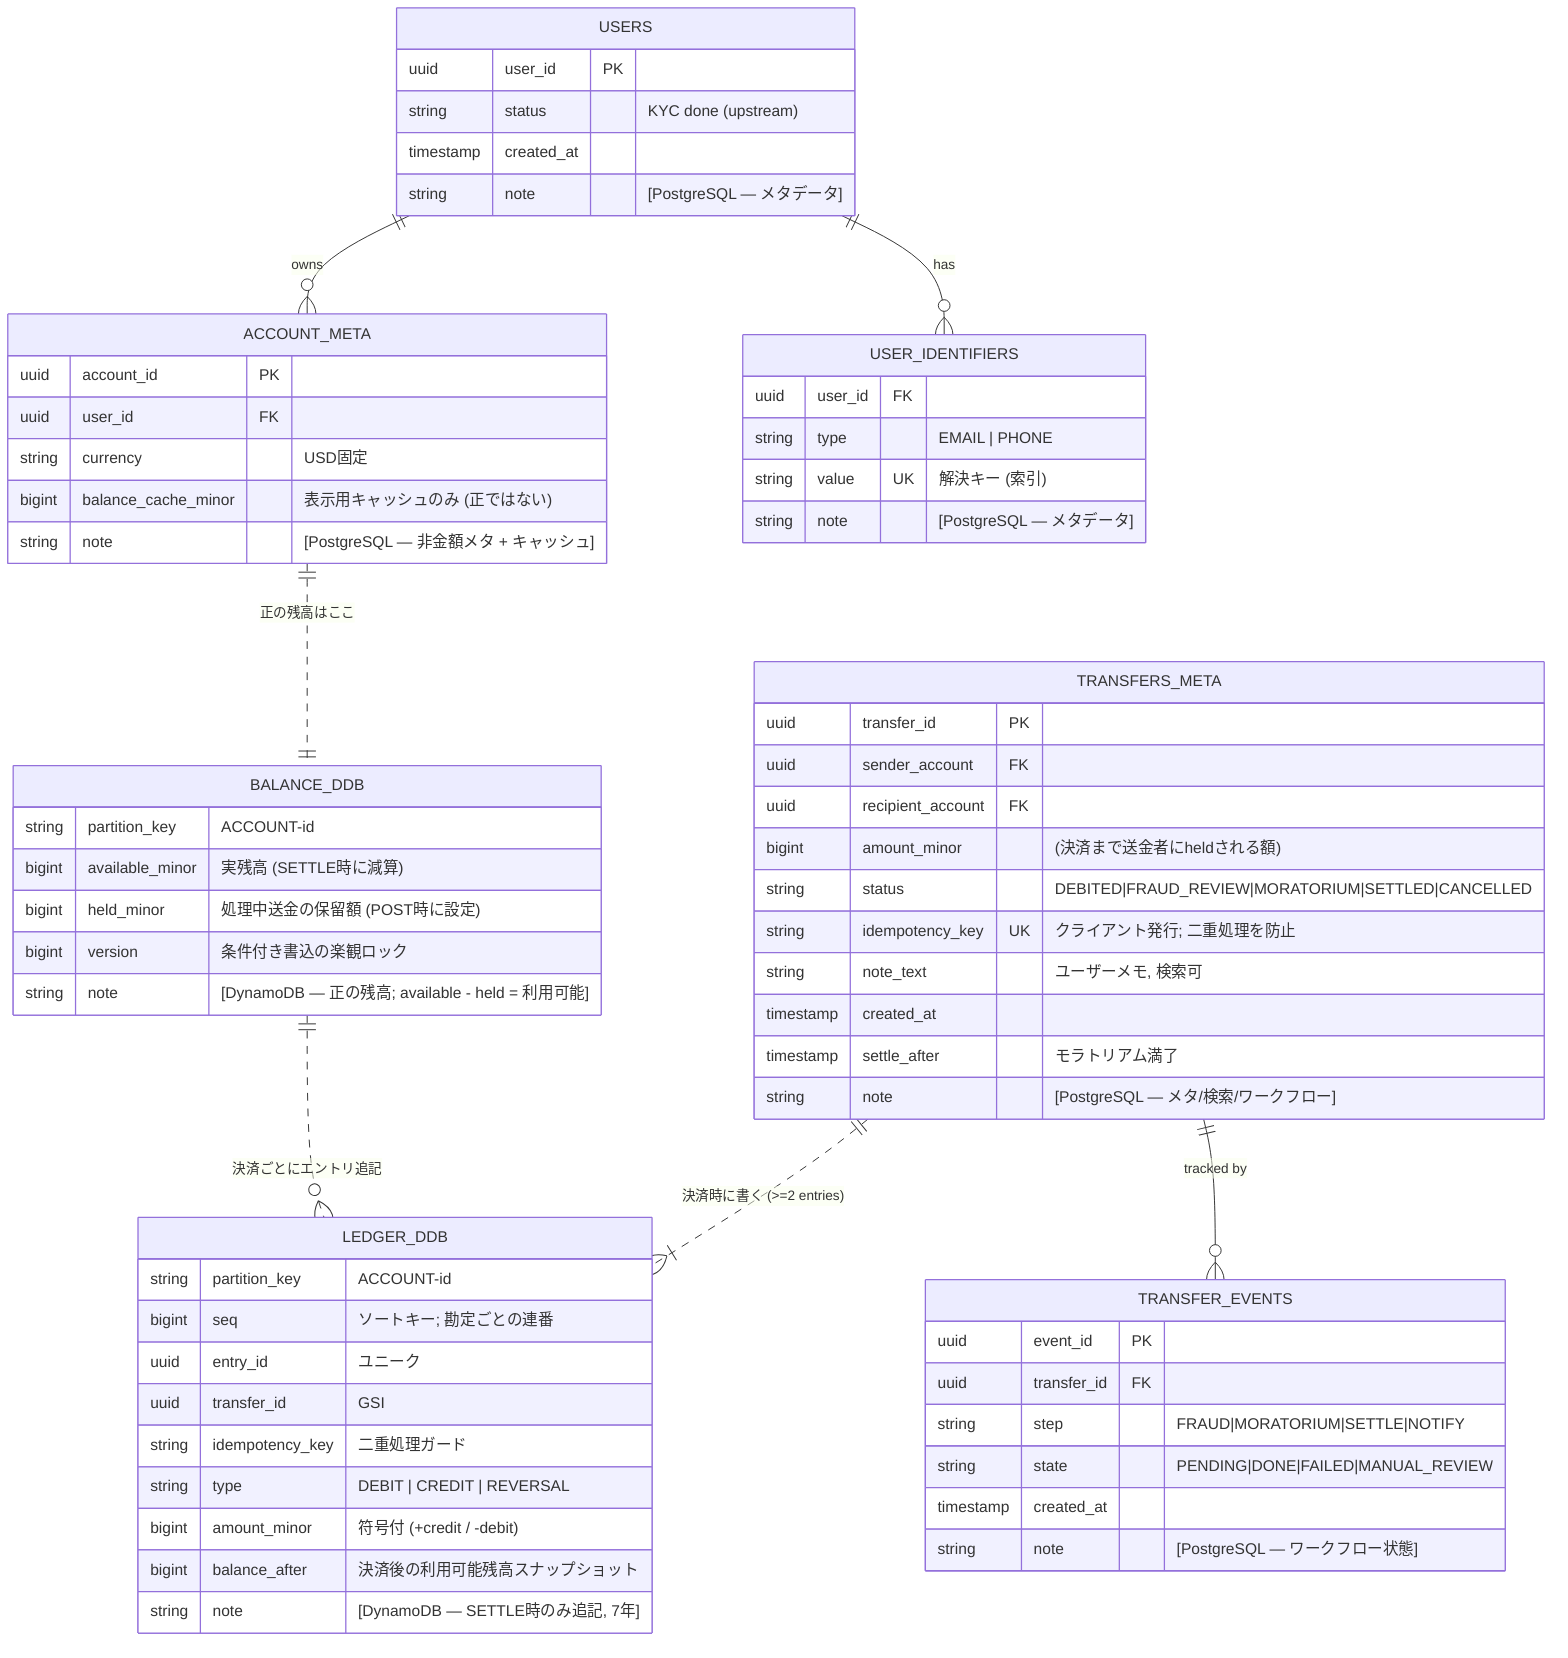
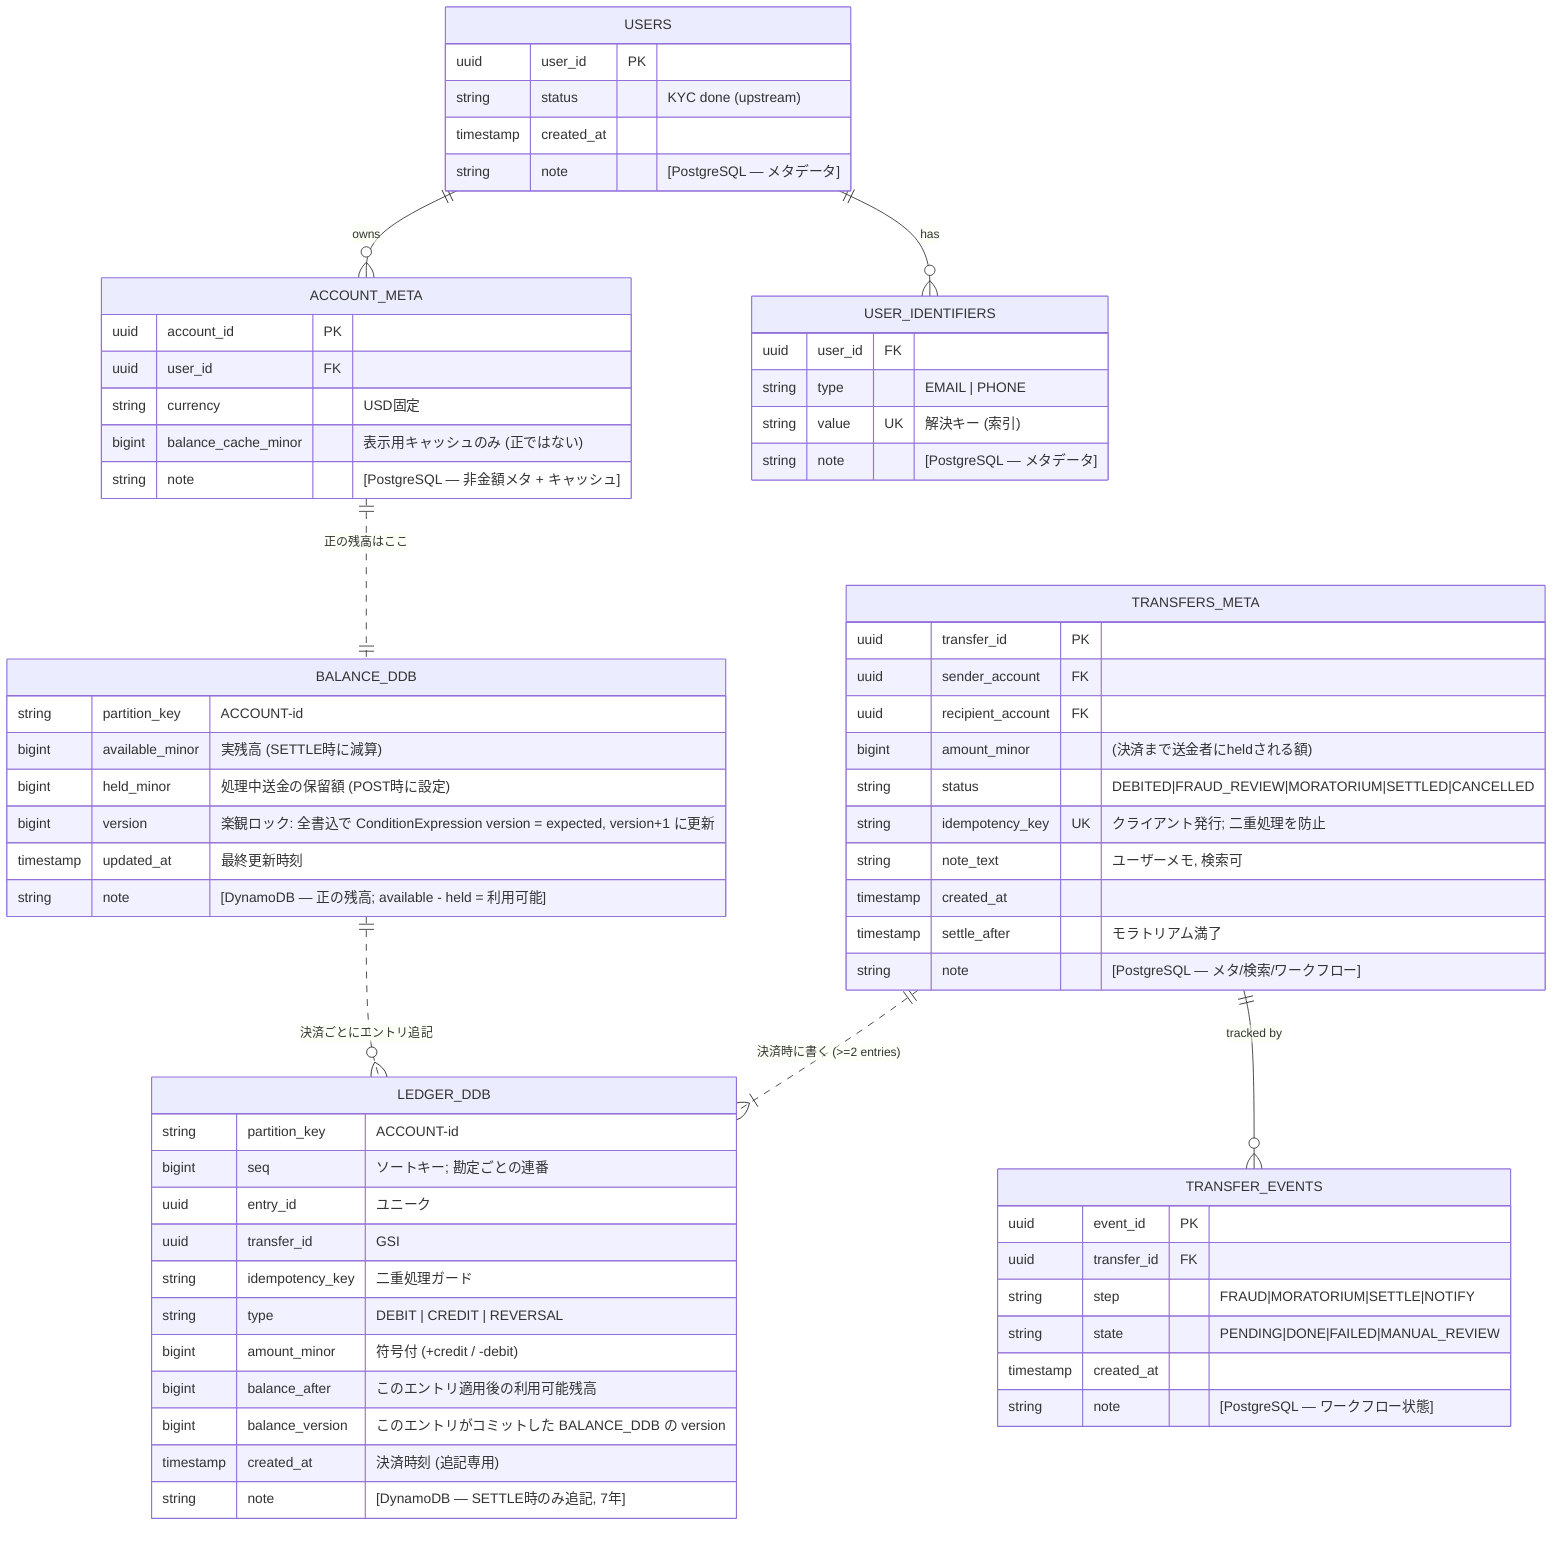
erDiagram
    USERS ||--o{ ACCOUNT_META : "owns"
    USERS ||--o{ USER_IDENTIFIERS : "has"
    ACCOUNT_META ||..|| BALANCE_DDB : "正の残高はここ"
    BALANCE_DDB ||..o{ LEDGER_DDB : "決済ごとにエントリ追記"
    TRANSFERS_META ||--o{ TRANSFER_EVENTS : "tracked by"
    TRANSFERS_META ||..|{ LEDGER_DDB : "決済時に書く (>=2 entries)"

    USERS {
        uuid user_id PK
        string status "KYC done (upstream)"
        timestamp created_at
        string note "[PostgreSQL — メタデータ]"
    }

    USER_IDENTIFIERS {
        uuid user_id FK
        string type "EMAIL | PHONE"
        string value UK "解決キー (索引)"
        string note "[PostgreSQL — メタデータ]"
    }

    ACCOUNT_META {
        uuid account_id PK
        uuid user_id FK
        string currency "USD固定"
        bigint balance_cache_minor "表示用キャッシュのみ (正ではない)"
        string note "[PostgreSQL — 非金額メタ + キャッシュ]"
    }

    TRANSFERS_META {
        uuid transfer_id PK
        uuid sender_account FK
        uuid recipient_account FK
        bigint amount_minor "(決済まで送金者にheldされる額)"
        string status "DEBITED|FRAUD_REVIEW|MORATORIUM|SETTLED|CANCELLED"
        string idempotency_key UK "クライアント発行; 二重処理を防止"
        string note_text "ユーザーメモ, 検索可"
        timestamp created_at
        timestamp settle_after "モラトリアム満了"
        string note "[PostgreSQL — メタ/検索/ワークフロー]"
    }

    TRANSFER_EVENTS {
        uuid event_id PK
        uuid transfer_id FK
        string step "FRAUD|MORATORIUM|SETTLE|NOTIFY"
        string state "PENDING|DONE|FAILED|MANUAL_REVIEW"
        timestamp created_at
        string note "[PostgreSQL — ワークフロー状態]"
    }

    BALANCE_DDB {
        string partition_key "ACCOUNT-id"
        bigint available_minor "実残高 (SETTLE時に減算)"
        bigint held_minor "処理中送金の保留額 (POST時に設定)"
-         bigint version "条件付き書込の楽観ロック"
+         bigint version "楽観ロック: 全書込で ConditionExpression version = expected, version+1 に更新"
+         timestamp updated_at "最終更新時刻"
        string note "[DynamoDB — 正の残高; available - held = 利用可能]"
    }

    LEDGER_DDB {
        string partition_key "ACCOUNT-id"
        bigint seq "ソートキー; 勘定ごとの連番"
        uuid entry_id "ユニーク"
        uuid transfer_id "GSI"
        string idempotency_key "二重処理ガード"
        string type "DEBIT | CREDIT | REVERSAL"
        bigint amount_minor "符号付 (+credit / -debit)"
-         bigint balance_after "決済後の利用可能残高スナップショット"
+         bigint balance_after "このエントリ適用後の利用可能残高"
+         bigint balance_version "このエントリがコミットした BALANCE_DDB の version"
+         timestamp created_at "決済時刻 (追記専用)"
        string note "[DynamoDB — SETTLE時のみ追記, 7年]"
    }
